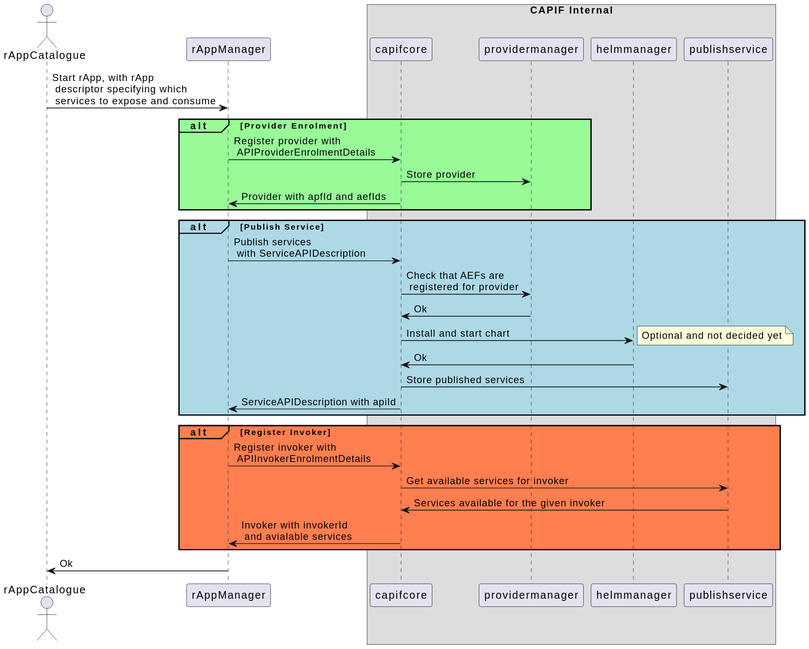
Earlier version of the PlantUML export capifcore/docs/diagrams/Register Provider.svg (o-ran-sc/nonrtric-plt-sme). The source it was exported from:
```plantuml
@startuml
actor rAppCatalogue
participant rAppManager
box "CAPIF Internal"
participant capifcore
participant providermanager
participant helmmanager
participant publishservice
end box

rAppCatalogue->rAppManager: Start rApp, with rApp\n descriptor specifying which\n services to expose and consume
alt#paleGreen #paleGreen Provider Enrolment
    rAppManager->capifcore: Register provider with\n APIProviderEnrolmentDetails
    capifcore->providermanager:Store provider
    capifcore->rAppManager: Provider with apfId and aefIds
end
alt#LightBlue #LightBlue Publish Service
    rAppManager->capifcore: Publish services\n with ServiceAPIDescription
    capifcore->providermanager: Check that AEFs are\n registered for provider
    providermanager->capifcore: Ok
    capifcore->helmmanager: Install and start chart
    note right: Optional and not decided yet
    helmmanager->capifcore: Ok
    capifcore->publishservice: Store published services
    capifcore->rAppManager: ServiceAPIDescription with apiId
end
alt#coral #coral Register Invoker
    rAppManager->capifcore: Register invoker with\n APIInvokerEnrolmentDetails
    capifcore->publishservice:Get available services for invoker
    publishservice->capifcore: Services available for the given invoker
    capifcore->rAppManager: Invoker with invokerId\n and avialable services
end
rAppManager->rAppCatalogue: Ok
@enduml
```
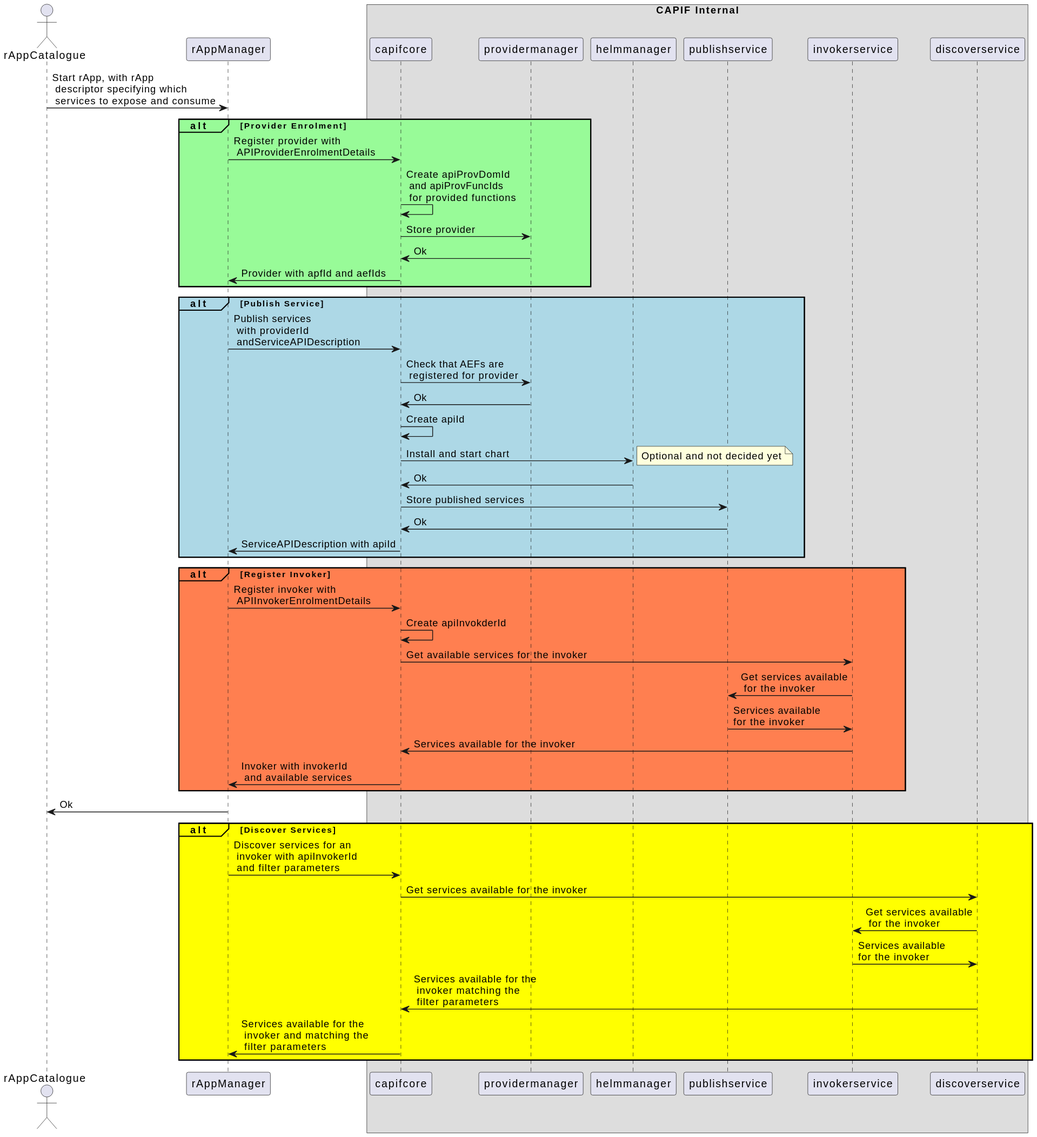
The same diagram one commit later.

Change to the diagram source:
```diff
@@ -6,29 +6,47 @@
 participant providermanager
 participant helmmanager
 participant publishservice
+participant invokerservice
+participant discoverservice
 end box
 
 rAppCatalogue->rAppManager: Start rApp, with rApp\n descriptor specifying which\n services to expose and consume
 alt#paleGreen #paleGreen Provider Enrolment
     rAppManager->capifcore: Register provider with\n APIProviderEnrolmentDetails
+    capifcore->capifcore: Create apiProvDomId\n and apiProvFuncIds\n for provided functions
     capifcore->providermanager:Store provider
+    providermanager->capifcore: Ok
     capifcore->rAppManager: Provider with apfId and aefIds
 end
 alt#LightBlue #LightBlue Publish Service
-    rAppManager->capifcore: Publish services\n with ServiceAPIDescription
+    rAppManager->capifcore: Publish services\n with providerId\n andServiceAPIDescription
     capifcore->providermanager: Check that AEFs are\n registered for provider
     providermanager->capifcore: Ok
+    capifcore->capifcore: Create apiId
     capifcore->helmmanager: Install and start chart
     note right: Optional and not decided yet
     helmmanager->capifcore: Ok
     capifcore->publishservice: Store published services
+    publishservice->capifcore: Ok
     capifcore->rAppManager: ServiceAPIDescription with apiId
 end
 alt#coral #coral Register Invoker
     rAppManager->capifcore: Register invoker with\n APIInvokerEnrolmentDetails
-    capifcore->publishservice:Get available services for invoker
-    publishservice->capifcore: Services available for the given invoker
-    capifcore->rAppManager: Invoker with invokerId\n and avialable services
+    capifcore->capifcore: Create apiInvokderId
+    capifcore->invokerservice:Get available services for the invoker
+    invokerservice->publishservice: Get services available\n for the invoker
+    publishservice->invokerservice: Services available \nfor the invoker
+    invokerservice->capifcore: Services available for the invoker
+    capifcore->rAppManager: Invoker with invokerId\n and available services
 end
 rAppManager->rAppCatalogue: Ok
+
+alt#Yellow #Yellow Discover Services
+    rAppManager->capifcore: Discover services for an\n invoker with apiInvokerId\n and filter parameters
+    capifcore->discoverservice: Get services available for the invoker
+    discoverservice->invokerservice: Get services available\n for the invoker
+    invokerservice->discoverservice: Services available \nfor the invoker
+    discoverservice->capifcore: Services available for the\n invoker matching the\n filter parameters
+    capifcore->rAppManager: Services available for the\n invoker and matching the\n filter parameters
+end
 @enduml
```
